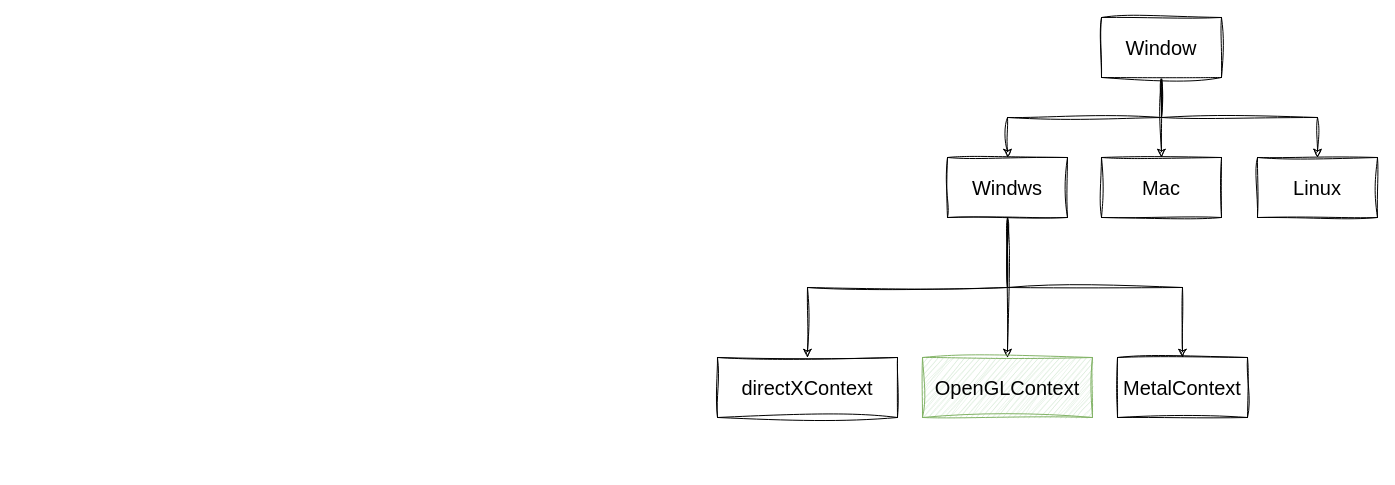
summer-go/Hazel keeps this draw.io diagram as Hazel图解/Context抽象.drawio. Above is the earlier version. Source tidied: cells renumbered, new cells numbered last; positions are measured from the earlier drawing's top-left corner, leaving out a move shared by most shapes. Both pictures are drawn from the tidied source at 100%, with x=0, y=0 at pixel (717, 17).
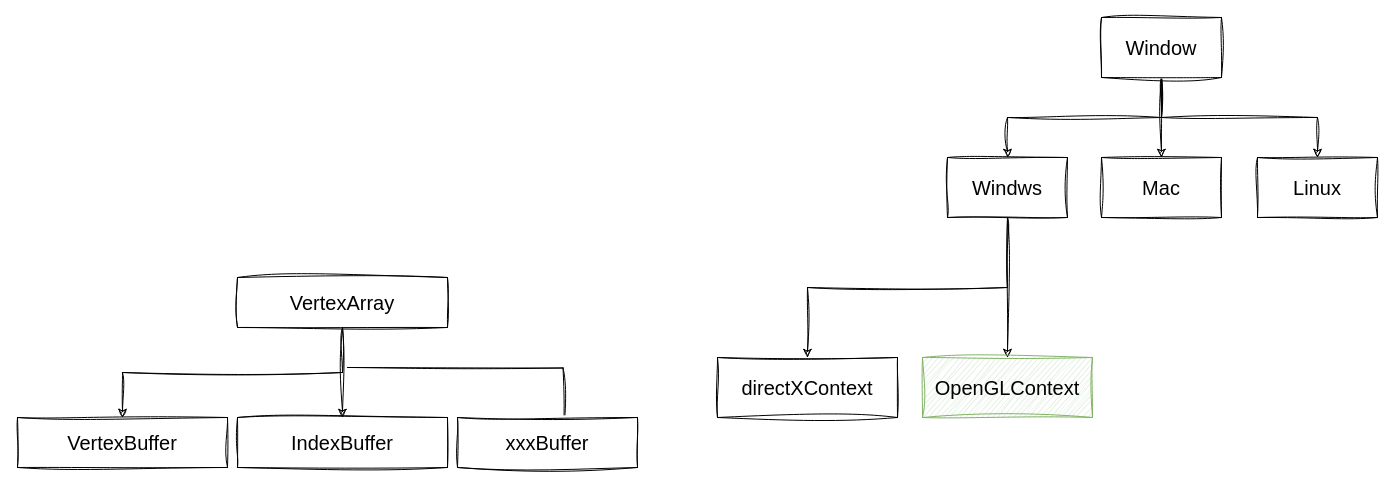
Above is the later version.

Unchanged cells that the change refers to:
```xml
<mxCell id="5" value="Windws" style="rounded=0;whiteSpace=wrap;html=1;sketch=1;hachureGap=4;jiggle=2;curveFitting=1;fontFamily=Helvetica;fontSize=20;" parent="1" vertex="1">
  <mxGeometry x="230" y="140" width="120" height="60" as="geometry" />
</mxCell>
```

What changed in the source:
```diff
@@
-    <mxCell id="4" style="edgeStyle=orthogonalEdgeStyle;rounded=0;sketch=1;hachureGap=4;jiggle=2;curveFitting=1;jettySize=auto;html=1;fontFamily=Architects Daughter;fontSize=16;exitX=0.5;exitY=1;exitDx=0;exitDy=0;" parent="1" edge="1" source="5" target="14">
-      <mxGeometry relative="1" as="geometry" />
-    </mxCell>
@@
-    <mxCell id="14" value="MetalContext" style="rounded=0;whiteSpace=wrap;html=1;sketch=1;hachureGap=4;jiggle=2;curveFitting=1;fontFamily=Helvetica;fontSize=20;" parent="1" vertex="1">
-      <mxGeometry x="400" y="340" width="130" height="60" as="geometry" />
-    </mxCell>
+    <mxCell id="15" style="edgeStyle=orthogonalEdgeStyle;rounded=0;sketch=1;hachureGap=4;jiggle=2;curveFitting=1;jettySize=auto;html=1;fontFamily=Architects Daughter;fontSize=16;" parent="1" edge="1" source="18" target="20">
+      <mxGeometry relative="1" as="geometry" />
+    </mxCell>
+    <mxCell id="16" style="edgeStyle=orthogonalEdgeStyle;rounded=0;sketch=1;hachureGap=4;jiggle=2;curveFitting=1;jettySize=auto;html=1;fontFamily=Architects Daughter;fontSize=16;exitX=0.5;exitY=1;exitDx=0;exitDy=0;" parent="1" edge="1" source="18" target="19">
+      <mxGeometry relative="1" as="geometry" />
+    </mxCell>
+    <mxCell id="17" style="edgeStyle=orthogonalEdgeStyle;rounded=0;sketch=1;hachureGap=4;jiggle=2;curveFitting=1;orthogonalLoop=1;jettySize=auto;html=1;fontFamily=Architects Daughter;fontSize=16;" parent="1" edge="1">
+      <mxGeometry relative="1" as="geometry">
+        <mxPoint x="-370" y="350" as="sourcePoint" />
+        <mxPoint x="-155" y="430" as="targetPoint" />
+      </mxGeometry>
+    </mxCell>
+    <mxCell id="18" value="VertexArray" style="html=1;whiteSpace=wrap;sketch=1;hachureGap=4;jiggle=2;curveFitting=1;fontFamily=Helvetica;fontSize=20;" parent="1" vertex="1">
+      <mxGeometry x="-480" y="260" width="210" height="50" as="geometry" />
+    </mxCell>
+    <mxCell id="19" value="VertexBuffer" style="html=1;whiteSpace=wrap;sketch=1;hachureGap=4;jiggle=2;curveFitting=1;fontFamily=Helvetica;fontSize=20;" parent="1" vertex="1">
+      <mxGeometry x="-700" y="400" width="210" height="50" as="geometry" />
+    </mxCell>
+    <mxCell id="20" value="IndexBuffer" style="html=1;whiteSpace=wrap;sketch=1;hachureGap=4;jiggle=2;curveFitting=1;fontFamily=Helvetica;fontSize=20;" parent="1" vertex="1">
+      <mxGeometry x="-480" y="400" width="210" height="50" as="geometry" />
+    </mxCell>
+    <mxCell id="21" value="xxxBuffer" style="html=1;whiteSpace=wrap;sketch=1;hachureGap=4;jiggle=2;curveFitting=1;fontFamily=Helvetica;fontSize=20;" parent="1" vertex="1">
+      <mxGeometry x="-260" y="400" width="180" height="50" as="geometry" />
+    </mxCell>
```
